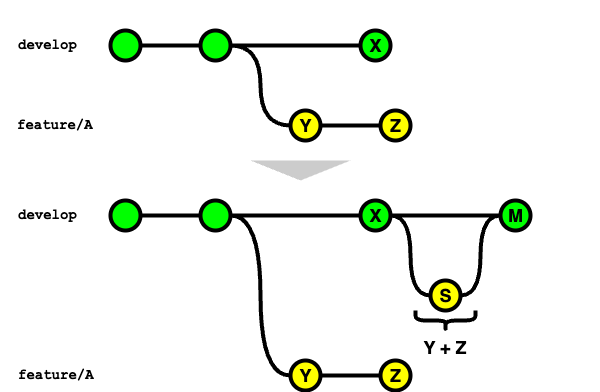
The draw.io diagram documents/forGitBranch/img/merge_strategy_feature_to_develop_squash_and_merge_gitlab.drawio.png in future-architect/coding-standards, before a commit. Source tidied: cells renumbered, new cells last; positions are measured from the earlier drawing's top-left corner, leaving out a move shared by most shapes. The source it was exported from:
```xml
<mxGraphModel>
  <root>
    <mxCell id="0" />
    <mxCell id="1" parent="0" />
    <mxCell id="2" style="rounded=0;whiteSpace=wrap;html=1;fillColor=none;strokeColor=none;" parent="1" vertex="1">
      <mxGeometry width="600" height="340" as="geometry" />
    </mxCell>
    <mxCell id="3" style="edgeStyle=orthogonalEdgeStyle;curved=1;rounded=0;jettySize=auto;html=1;exitX=1;exitY=0.5;exitDx=0;exitDy=0;exitPerimeter=0;entryX=0;entryY=0.5;entryDx=0;entryDy=0;entryPerimeter=0;endArrow=none;endFill=0;strokeWidth=4;fontFamily=Courier New;fontColor=#009900;" parent="1" edge="1" source="4" target="8">
      <mxGeometry relative="1" as="geometry" />
    </mxCell>
    <mxCell id="4" style="verticalLabelPosition=bottom;verticalAlign=top;html=1;strokeWidth=4;shape=mxgraph.flowchart.on-page_reference;plain-purple;gradientColor=none;strokeColor=#000000;fillColor=#00FF00;" parent="1" vertex="1">
      <mxGeometry x="200" y="30" width="30" height="30" as="geometry" />
    </mxCell>
    <mxCell id="5" style="verticalLabelPosition=bottom;verticalAlign=top;html=1;strokeWidth=4;shape=mxgraph.flowchart.on-page_reference;plain-purple;gradientColor=none;strokeColor=#000000;fillColor=#00FF00;" parent="1" vertex="1">
      <mxGeometry x="110" y="30" width="30" height="30" as="geometry" />
    </mxCell>
    <mxCell id="6" value="develop" style="text;html=1;strokeColor=none;fillColor=none;align=left;verticalAlign=middle;whiteSpace=wrap;overflow=hidden;fontSize=14;fontStyle=1;fontFamily=Courier New;" parent="1" vertex="1">
      <mxGeometry x="15.5" y="30" width="91" height="30" as="geometry" />
    </mxCell>
    <mxCell id="7" style="rounded=0;jettySize=auto;html=1;endArrow=none;endFill=0;strokeWidth=4;" parent="1" edge="1" source="8" target="9">
      <mxGeometry relative="1" as="geometry" />
    </mxCell>
    <mxCell id="8" value="Y" style="verticalLabelPosition=middle;verticalAlign=middle;html=1;strokeWidth=4;shape=mxgraph.flowchart.on-page_reference;plain-purple;gradientColor=none;strokeColor=#000000;fillColor=#FFFF00;fontSize=18;labelPosition=center;align=center;fontStyle=1;" parent="1" vertex="1">
      <mxGeometry x="290" y="110" width="30" height="30" as="geometry" />
    </mxCell>
    <mxCell id="9" value="Z" style="verticalLabelPosition=middle;verticalAlign=middle;html=1;strokeWidth=4;shape=mxgraph.flowchart.on-page_reference;plain-purple;gradientColor=none;strokeColor=#000000;fillColor=#FFFF00;fontSize=18;labelPosition=center;align=center;fontStyle=1;" parent="1" vertex="1">
      <mxGeometry x="380" y="110" width="30" height="30" as="geometry" />
    </mxCell>
    <mxCell id="10" value="feature/A" style="text;html=1;strokeColor=none;fillColor=none;align=left;verticalAlign=middle;whiteSpace=wrap;overflow=hidden;fontSize=14;fontStyle=1;fontFamily=Courier New;" parent="1" vertex="1">
      <mxGeometry x="15.2" y="110" width="94.8" height="30" as="geometry" />
    </mxCell>
    <mxCell id="11" style="rounded=0;jettySize=auto;html=1;endArrow=none;endFill=0;strokeWidth=4;entryX=0;entryY=0.5;entryDx=0;entryDy=0;entryPerimeter=0;exitX=1;exitY=0.5;exitDx=0;exitDy=0;exitPerimeter=0;" parent="1" edge="1" source="5" target="4">
      <mxGeometry relative="1" as="geometry" />
    </mxCell>
    <mxCell id="12" value="X" style="verticalLabelPosition=middle;verticalAlign=middle;html=1;strokeWidth=4;shape=mxgraph.flowchart.on-page_reference;plain-purple;gradientColor=none;strokeColor=#000000;fillColor=#00FF00;fontSize=18;labelPosition=center;align=center;fontStyle=1;" parent="1" vertex="1">
      <mxGeometry x="360" y="30" width="30" height="30" as="geometry" />
    </mxCell>
    <mxCell id="13" style="rounded=0;jettySize=auto;html=1;endArrow=none;endFill=0;strokeWidth=4;entryX=0;entryY=0.5;entryDx=0;entryDy=0;entryPerimeter=0;exitX=1;exitY=0.5;exitDx=0;exitDy=0;exitPerimeter=0;" parent="1" edge="1" source="4" target="12">
      <mxGeometry relative="1" as="geometry" />
    </mxCell>
    <mxCell id="14" style="triangle;whiteSpace=wrap;html=1;direction=south;fillColor=#CCCCCC;strokeColor=none;" parent="1" vertex="1">
      <mxGeometry x="250" y="160" width="100" height="20" as="geometry" />
    </mxCell>
    <mxCell id="15" style="edgeStyle=orthogonalEdgeStyle;curved=1;rounded=0;jettySize=auto;html=1;exitX=1;exitY=0.5;exitDx=0;exitDy=0;exitPerimeter=0;entryX=0;entryY=0.5;entryDx=0;entryDy=0;entryPerimeter=0;endArrow=none;endFill=0;strokeWidth=4;fontFamily=Courier New;fontColor=#009900;" parent="1" edge="1" source="16" target="20">
      <mxGeometry relative="1" as="geometry" />
    </mxCell>
    <mxCell id="16" style="verticalLabelPosition=bottom;verticalAlign=top;html=1;strokeWidth=4;shape=mxgraph.flowchart.on-page_reference;plain-purple;gradientColor=none;strokeColor=#000000;fillColor=#00FF00;" parent="1" vertex="1">
      <mxGeometry x="200" y="200" width="30" height="30" as="geometry" />
    </mxCell>
    <mxCell id="17" style="verticalLabelPosition=bottom;verticalAlign=top;html=1;strokeWidth=4;shape=mxgraph.flowchart.on-page_reference;plain-purple;gradientColor=none;strokeColor=#000000;fillColor=#00FF00;" parent="1" vertex="1">
      <mxGeometry x="110" y="200" width="30" height="30" as="geometry" />
    </mxCell>
    <mxCell id="18" value="develop" style="text;html=1;strokeColor=none;fillColor=none;align=left;verticalAlign=middle;whiteSpace=wrap;overflow=hidden;fontSize=14;fontStyle=1;fontFamily=Courier New;" parent="1" vertex="1">
      <mxGeometry x="15.5" y="200" width="91" height="30" as="geometry" />
    </mxCell>
    <mxCell id="19" style="rounded=0;jettySize=auto;html=1;endArrow=none;endFill=0;strokeWidth=4;" parent="1" edge="1" source="20" target="21">
      <mxGeometry relative="1" as="geometry" />
    </mxCell>
    <mxCell id="20" value="Y" style="verticalLabelPosition=middle;verticalAlign=middle;html=1;strokeWidth=4;shape=mxgraph.flowchart.on-page_reference;plain-purple;gradientColor=none;strokeColor=#000000;fillColor=#FFFF00;fontSize=18;labelPosition=center;align=center;fontStyle=1;" parent="1" vertex="1">
      <mxGeometry x="290" y="360" width="30" height="30" as="geometry" />
    </mxCell>
    <mxCell id="21" value="Z" style="verticalLabelPosition=middle;verticalAlign=middle;html=1;strokeWidth=4;shape=mxgraph.flowchart.on-page_reference;plain-purple;gradientColor=none;strokeColor=#000000;fillColor=#FFFF00;fontSize=18;labelPosition=center;align=center;fontStyle=1;" parent="1" vertex="1">
      <mxGeometry x="380" y="360" width="30" height="30" as="geometry" />
    </mxCell>
    <mxCell id="22" style="rounded=0;jettySize=auto;html=1;endArrow=none;endFill=0;strokeWidth=4;entryX=0;entryY=0.5;entryDx=0;entryDy=0;entryPerimeter=0;exitX=1;exitY=0.5;exitDx=0;exitDy=0;exitPerimeter=0;" parent="1" edge="1" source="17" target="16">
      <mxGeometry relative="1" as="geometry" />
    </mxCell>
    <mxCell id="23" value="X" style="verticalLabelPosition=middle;verticalAlign=middle;html=1;strokeWidth=4;shape=mxgraph.flowchart.on-page_reference;plain-purple;gradientColor=none;strokeColor=#000000;fillColor=#00FF00;fontSize=18;labelPosition=center;align=center;fontStyle=1;" parent="1" vertex="1">
      <mxGeometry x="360" y="200" width="30" height="30" as="geometry" />
    </mxCell>
    <mxCell id="24" style="rounded=0;jettySize=auto;html=1;endArrow=none;endFill=0;strokeWidth=4;entryX=0;entryY=0.5;entryDx=0;entryDy=0;entryPerimeter=0;exitX=1;exitY=0.5;exitDx=0;exitDy=0;exitPerimeter=0;" parent="1" edge="1" source="16" target="23">
      <mxGeometry relative="1" as="geometry" />
    </mxCell>
    <mxCell id="25" value="S" style="verticalLabelPosition=middle;verticalAlign=middle;html=1;strokeWidth=4;shape=mxgraph.flowchart.on-page_reference;plain-purple;gradientColor=none;strokeColor=#000000;fillColor=#FFFF00;fontSize=18;labelPosition=center;align=center;fontStyle=1;" parent="1" vertex="1">
      <mxGeometry x="430" y="280" width="30" height="30" as="geometry" />
    </mxCell>
    <mxCell id="26" value="&lt;b&gt;&lt;font style=&quot;font-size: 18px;&quot;&gt;Y + Z&lt;/font&gt;&lt;/b&gt;" style="shape=curlyBracket;whiteSpace=wrap;html=1;rounded=1;flipH=1;labelPosition=center;verticalLabelPosition=bottom;align=center;verticalAlign=top;direction=north;strokeWidth=4;" parent="1" vertex="1">
      <mxGeometry x="415" y="310" width="60" height="20" as="geometry" />
    </mxCell>
    <mxCell id="27" value="&lt;b style=&quot;font-size: 18px;&quot;&gt;M&lt;/b&gt;" style="verticalLabelPosition=middle;verticalAlign=middle;html=1;strokeWidth=4;shape=mxgraph.flowchart.on-page_reference;plain-purple;gradientColor=none;strokeColor=#000000;fillColor=#00FF00;labelPosition=center;align=center;fontSize=18;" parent="1" vertex="1">
      <mxGeometry x="500" y="200" width="30" height="30" as="geometry" />
    </mxCell>
    <mxCell id="28" value="feature/A" style="text;html=1;strokeColor=none;fillColor=none;align=left;verticalAlign=middle;whiteSpace=wrap;overflow=hidden;fontSize=14;fontStyle=1;fontFamily=Courier New;" parent="1" vertex="1">
      <mxGeometry x="15.5" y="360" width="94.8" height="30" as="geometry" />
    </mxCell>
    <mxCell id="29" style="edgeStyle=orthogonalEdgeStyle;curved=1;rounded=0;jettySize=auto;html=1;exitX=1;exitY=0.5;exitDx=0;exitDy=0;exitPerimeter=0;entryX=0;entryY=0.5;entryDx=0;entryDy=0;entryPerimeter=0;strokeColor=default;strokeWidth=4;align=center;verticalAlign=middle;fontFamily=Courier New;fontSize=11;fontColor=#009900;labelBackgroundColor=default;endArrow=none;endFill=0;" parent="1" edge="1" source="23" target="25">
      <mxGeometry relative="1" as="geometry" />
    </mxCell>
    <mxCell id="30" style="edgeStyle=orthogonalEdgeStyle;curved=1;rounded=0;jettySize=auto;html=1;exitX=1;exitY=0.5;exitDx=0;exitDy=0;exitPerimeter=0;entryX=0;entryY=0.5;entryDx=0;entryDy=0;entryPerimeter=0;strokeColor=default;strokeWidth=4;align=center;verticalAlign=middle;fontFamily=Courier New;fontSize=11;fontColor=#009900;labelBackgroundColor=default;endArrow=none;endFill=0;" parent="1" edge="1" source="25" target="27">
      <mxGeometry relative="1" as="geometry" />
    </mxCell>
    <mxCell id="31" style="edgeStyle=orthogonalEdgeStyle;curved=1;rounded=0;jettySize=auto;html=1;exitX=1;exitY=0.5;exitDx=0;exitDy=0;exitPerimeter=0;entryX=0;entryY=0.5;entryDx=0;entryDy=0;entryPerimeter=0;strokeColor=default;strokeWidth=4;align=center;verticalAlign=middle;fontFamily=Courier New;fontSize=11;fontColor=#009900;labelBackgroundColor=default;endArrow=none;endFill=0;" parent="1" edge="1" source="23" target="27">
      <mxGeometry relative="1" as="geometry" />
    </mxCell>
  </root>
</mxGraphModel>
```
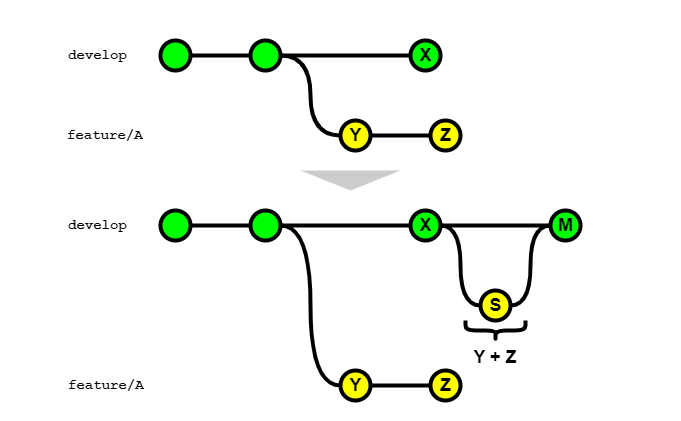
The same file after the commit.

Diff of the diagram source:
```diff
@@ -2,8 +2,11 @@
   <root>
     <mxCell id="0" />
     <mxCell id="1" parent="0" />
+    <mxCell id="32" style="rounded=0;whiteSpace=wrap;html=1;strokeColor=none;" parent="1" vertex="1">
+      <mxGeometry x="-50" y="-10" width="680" height="420" as="geometry" />
+    </mxCell>
     <mxCell id="2" style="rounded=0;whiteSpace=wrap;html=1;fillColor=none;strokeColor=none;" parent="1" vertex="1">
-      <mxGeometry width="600" height="340" as="geometry" />
+      <mxGeometry x="5" width="600" height="340" as="geometry" />
     </mxCell>
     <mxCell id="3" style="edgeStyle=orthogonalEdgeStyle;curved=1;rounded=0;jettySize=auto;html=1;exitX=1;exitY=0.5;exitDx=0;exitDy=0;exitPerimeter=0;entryX=0;entryY=0.5;entryDx=0;entryDy=0;entryPerimeter=0;endArrow=none;endFill=0;strokeWidth=4;fontFamily=Courier New;fontColor=#009900;" parent="1" edge="1" source="4" target="8">
       <mxGeometry relative="1" as="geometry" />
```
